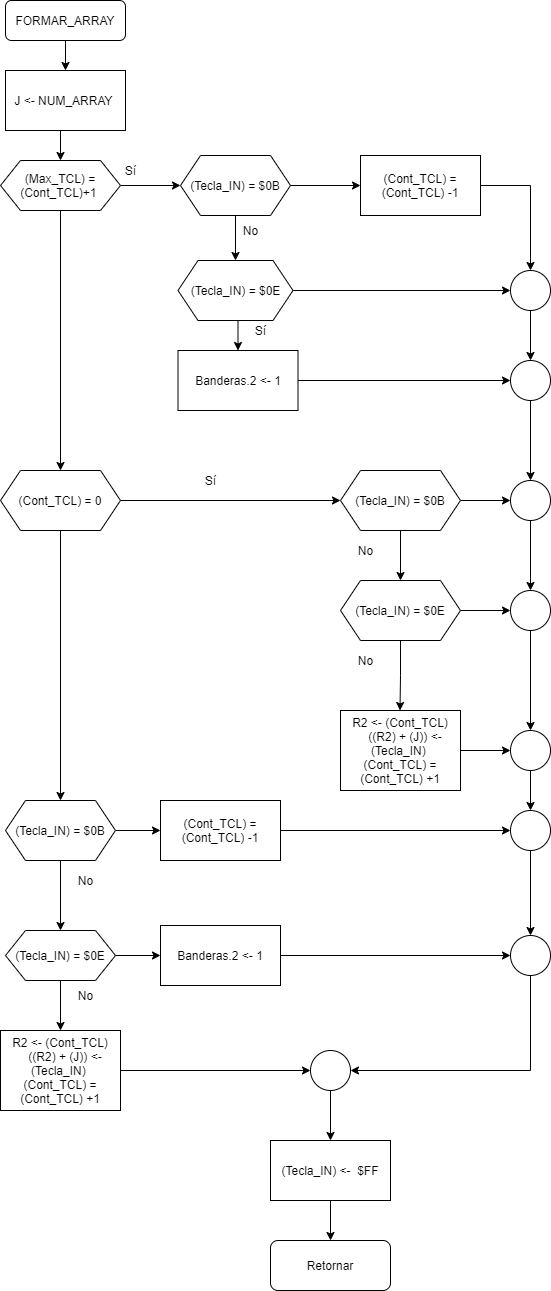
This is Tarea 4/FORMAR_ARRAY.png from robz25/Microprocesadores, a draw.io export, as it was before one commit. Source tidied: cells renumbered, new cells last; positions are measured from the earlier drawing's top-left corner, leaving out a move shared by most shapes.
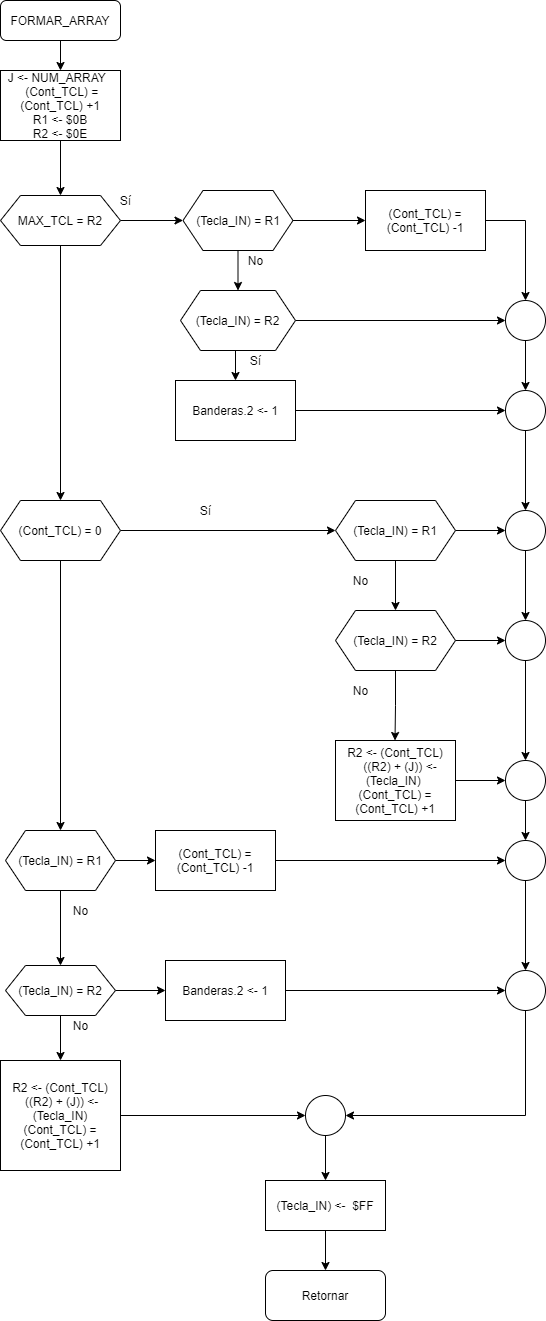
The same diagram one commit later.

The edit, as a diff of the source:
```diff
@@ -6,7 +6,7 @@
       <mxGeometry relative="1" as="geometry" />
     </mxCell>
     <mxCell id="3" value="FORMAR_ARRAY" style="rounded=1;whiteSpace=wrap;html=1;fontSize=12;glass=0;strokeWidth=1;shadow=0;" parent="1" vertex="1">
-      <mxGeometry x="5" width="120" height="40" as="geometry" />
+      <mxGeometry x="5" y="-30" width="120" height="40" as="geometry" />
     </mxCell>
     <mxCell id="4" style="edgeStyle=orthogonalEdgeStyle;rounded=0;jettySize=auto;html=1;entryX=0.5;entryY=0;entryDx=0;entryDy=0;" parent="1" edge="1" source="6" target="9">
       <mxGeometry relative="1" as="geometry" />
@@ -14,8 +14,8 @@
     <mxCell id="5" style="edgeStyle=orthogonalEdgeStyle;rounded=0;jettySize=auto;html=1;exitX=1;exitY=0.5;exitDx=0;exitDy=0;entryX=0;entryY=0.5;entryDx=0;entryDy=0;" parent="1" edge="1" source="6" target="12">
       <mxGeometry relative="1" as="geometry" />
     </mxCell>
-    <mxCell id="6" value="(Max_TCL) = (Cont_TCL)+1&amp;nbsp;" style="shape=hexagon;perimeter=hexagonPerimeter2;whiteSpace=wrap;html=1;fixedSize=1;" parent="1" vertex="1">
-      <mxGeometry y="160" width="120" height="50" as="geometry" />
+    <mxCell id="6" value="MAX_TCL = R2" style="shape=hexagon;perimeter=hexagonPerimeter2;whiteSpace=wrap;html=1;fixedSize=1;" parent="1" vertex="1">
+      <mxGeometry x="5" y="165" width="120" height="50" as="geometry" />
     </mxCell>
     <mxCell id="7" style="edgeStyle=orthogonalEdgeStyle;rounded=0;jettySize=auto;html=1;entryX=0.5;entryY=0;entryDx=0;entryDy=0;" parent="1" edge="1" source="9" target="15">
       <mxGeometry relative="1" as="geometry" />
@@ -24,7 +24,7 @@
       <mxGeometry relative="1" as="geometry" />
     </mxCell>
     <mxCell id="9" value="(Cont_TCL) = 0" style="shape=hexagon;perimeter=hexagonPerimeter2;whiteSpace=wrap;html=1;fixedSize=1;" parent="1" vertex="1">
-      <mxGeometry y="470" width="120" height="60" as="geometry" />
+      <mxGeometry x="5" y="470" width="120" height="60" as="geometry" />
     </mxCell>
     <mxCell id="10" style="edgeStyle=orthogonalEdgeStyle;rounded=0;jettySize=auto;html=1;exitX=0.5;exitY=1;exitDx=0;exitDy=0;entryX=0.5;entryY=0;entryDx=0;entryDy=0;" parent="1" edge="1" source="12" target="41">
       <mxGeometry relative="1" as="geometry" />
@@ -32,8 +32,8 @@
     <mxCell id="11" style="edgeStyle=orthogonalEdgeStyle;rounded=0;jettySize=auto;html=1;exitX=1;exitY=0.5;exitDx=0;exitDy=0;" parent="1" edge="1" source="12" target="46">
       <mxGeometry relative="1" as="geometry" />
     </mxCell>
-    <mxCell id="12" value="(Tecla_IN) = $0B" style="shape=hexagon;perimeter=hexagonPerimeter2;whiteSpace=wrap;html=1;fixedSize=1;" parent="1" vertex="1">
-      <mxGeometry x="180" y="155" width="110" height="60" as="geometry" />
+    <mxCell id="12" value="(Tecla_IN) = R1" style="shape=hexagon;perimeter=hexagonPerimeter2;whiteSpace=wrap;html=1;fixedSize=1;" parent="1" vertex="1">
+      <mxGeometry x="187.5" y="160" width="110" height="60" as="geometry" />
     </mxCell>
     <mxCell id="13" style="edgeStyle=orthogonalEdgeStyle;rounded=0;jettySize=auto;html=1;entryX=0.5;entryY=0;entryDx=0;entryDy=0;" parent="1" edge="1" source="15" target="18">
       <mxGeometry relative="1" as="geometry" />
@@ -41,8 +41,8 @@
     <mxCell id="14" style="edgeStyle=orthogonalEdgeStyle;rounded=0;jettySize=auto;html=1;entryX=0;entryY=0.5;entryDx=0;entryDy=0;" parent="1" edge="1" source="15" target="35">
       <mxGeometry relative="1" as="geometry" />
     </mxCell>
-    <mxCell id="15" value="(Tecla_IN) = $0B" style="shape=hexagon;perimeter=hexagonPerimeter2;whiteSpace=wrap;html=1;fixedSize=1;" parent="1" vertex="1">
-      <mxGeometry x="5" y="800" width="110" height="60" as="geometry" />
+    <mxCell id="15" value="(Tecla_IN) = R1" style="shape=hexagon;perimeter=hexagonPerimeter2;whiteSpace=wrap;html=1;fixedSize=1;" parent="1" vertex="1">
+      <mxGeometry x="10" y="800" width="110" height="60" as="geometry" />
     </mxCell>
     <mxCell id="16" style="edgeStyle=orthogonalEdgeStyle;rounded=0;jettySize=auto;html=1;exitX=0.5;exitY=1;exitDx=0;exitDy=0;entryX=0.5;entryY=0;entryDx=0;entryDy=0;" parent="1" edge="1" source="18" target="20">
       <mxGeometry relative="1" as="geometry" />
@@ -50,20 +50,20 @@
     <mxCell id="17" style="edgeStyle=orthogonalEdgeStyle;rounded=0;jettySize=auto;html=1;exitX=1;exitY=0.5;exitDx=0;exitDy=0;entryX=0;entryY=0.5;entryDx=0;entryDy=0;" parent="1" edge="1" source="18" target="37">
       <mxGeometry relative="1" as="geometry" />
     </mxCell>
-    <mxCell id="18" value="(Tecla_IN) = $0E" style="shape=hexagon;perimeter=hexagonPerimeter2;whiteSpace=wrap;html=1;fixedSize=1;" parent="1" vertex="1">
-      <mxGeometry x="5" y="930" width="110" height="50" as="geometry" />
+    <mxCell id="18" value="(Tecla_IN) = R2" style="shape=hexagon;perimeter=hexagonPerimeter2;whiteSpace=wrap;html=1;fixedSize=1;" parent="1" vertex="1">
+      <mxGeometry x="10" y="935" width="110" height="50" as="geometry" />
     </mxCell>
     <mxCell id="19" style="edgeStyle=orthogonalEdgeStyle;rounded=0;jettySize=auto;html=1;entryX=0;entryY=0.5;entryDx=0;entryDy=0;" parent="1" edge="1" source="20" target="65">
       <mxGeometry relative="1" as="geometry" />
     </mxCell>
-    <mxCell id="20" value="&lt;br&gt;&lt;br&gt;R2 &amp;lt;- (Cont_TCL)&lt;br&gt;&amp;nbsp; &amp;nbsp;((R2) + (J)) &amp;lt;- (Tecla_IN)&amp;nbsp;&lt;br&gt;(Cont_TCL) = (Cont_TCL) +1&lt;br&gt;&lt;br&gt;&amp;nbsp;" style="rounded=0;whiteSpace=wrap;html=1;" parent="1" vertex="1">
-      <mxGeometry y="1030" width="120" height="80" as="geometry" />
+    <mxCell id="20" value="&lt;br&gt;&lt;br&gt;R2 &amp;lt;- (Cont_TCL)&lt;br&gt;&amp;nbsp;((R2) + (J)) &amp;lt;- (Tecla_IN)&lt;br&gt;(Cont_TCL) = (Cont_TCL) +1&lt;br&gt;&lt;br&gt;&amp;nbsp;" style="rounded=0;whiteSpace=wrap;html=1;" parent="1" vertex="1">
+      <mxGeometry x="5" y="1030" width="120" height="110" as="geometry" />
     </mxCell>
     <mxCell id="21" style="edgeStyle=orthogonalEdgeStyle;rounded=0;jettySize=auto;html=1;exitX=0.5;exitY=1;exitDx=0;exitDy=0;entryX=0.5;entryY=0;entryDx=0;entryDy=0;" parent="1" edge="1" source="22" target="6">
       <mxGeometry relative="1" as="geometry" />
     </mxCell>
-    <mxCell id="22" value="J &amp;lt;- NUM_ARRAY&amp;nbsp;" style="rounded=0;whiteSpace=wrap;html=1;" parent="1" vertex="1">
-      <mxGeometry x="5" y="70" width="120" height="60" as="geometry" />
+    <mxCell id="22" value="J &amp;lt;- NUM_ARRAY&amp;nbsp;&amp;nbsp;&lt;br&gt;&amp;nbsp;(Cont_TCL) = (Cont_TCL) +1&lt;br&gt;R1 &amp;lt;- $0B&lt;br&gt;R2 &amp;lt;- $0E" style="rounded=0;whiteSpace=wrap;html=1;" parent="1" vertex="1">
+      <mxGeometry x="5" y="40" width="120" height="70" as="geometry" />
     </mxCell>
     <mxCell id="23" value="No" style="text;html=1;align=center;verticalAlign=middle;" parent="1" vertex="1">
       <mxGeometry x="70" y="985" width="30" height="20" as="geometry" />
@@ -77,7 +77,7 @@
     <mxCell id="26" style="edgeStyle=orthogonalEdgeStyle;rounded=0;jettySize=auto;html=1;exitX=1;exitY=0.5;exitDx=0;exitDy=0;entryX=0;entryY=0.5;entryDx=0;entryDy=0;" parent="1" edge="1" source="27" target="53">
       <mxGeometry relative="1" as="geometry" />
     </mxCell>
-    <mxCell id="27" value="(Tecla_IN) = $0B" style="shape=hexagon;perimeter=hexagonPerimeter2;whiteSpace=wrap;html=1;fixedSize=1;" parent="1" vertex="1">
+    <mxCell id="27" value="(Tecla_IN) = R1" style="shape=hexagon;perimeter=hexagonPerimeter2;whiteSpace=wrap;html=1;fixedSize=1;" parent="1" vertex="1">
       <mxGeometry x="340" y="470" width="120" height="60" as="geometry" />
     </mxCell>
     <mxCell id="28" value="Sí" style="text;html=1;align=center;verticalAlign=middle;" parent="1" vertex="1">
@@ -91,7 +91,7 @@
     <mxCell id="30" style="edgeStyle=orthogonalEdgeStyle;rounded=0;jettySize=auto;html=1;exitX=1;exitY=0.5;exitDx=0;exitDy=0;" parent="1" edge="1" source="31" target="55">
       <mxGeometry relative="1" as="geometry" />
     </mxCell>
-    <mxCell id="31" value="&lt;span&gt;(Tecla_IN) = $0E&lt;/span&gt;" style="shape=hexagon;perimeter=hexagonPerimeter2;whiteSpace=wrap;html=1;fixedSize=1;" parent="1" vertex="1">
+    <mxCell id="31" value="&lt;span&gt;(Tecla_IN) = R2&lt;/span&gt;" style="shape=hexagon;perimeter=hexagonPerimeter2;whiteSpace=wrap;html=1;fixedSize=1;" parent="1" vertex="1">
       <mxGeometry x="340" y="580" width="120" height="60" as="geometry" />
     </mxCell>
     <mxCell id="32" value="No" style="text;html=1;align=center;verticalAlign=middle;" parent="1" vertex="1">
@@ -110,7 +110,7 @@
       <mxGeometry relative="1" as="geometry" />
     </mxCell>
     <mxCell id="37" value="Banderas.2 &amp;lt;- 1" style="rounded=0;whiteSpace=wrap;html=1;" parent="1" vertex="1">
-      <mxGeometry x="160" y="925" width="120" height="60" as="geometry" />
+      <mxGeometry x="170" y="930" width="120" height="60" as="geometry" />
     </mxCell>
     <mxCell id="38" value="Sí" style="text;html=1;align=center;verticalAlign=middle;" parent="1" vertex="1">
       <mxGeometry x="115" y="160" width="30" height="20" as="geometry" />
@@ -121,23 +121,23 @@
     <mxCell id="40" style="edgeStyle=orthogonalEdgeStyle;rounded=0;jettySize=auto;html=1;exitX=1;exitY=0.5;exitDx=0;exitDy=0;entryX=0;entryY=0.5;entryDx=0;entryDy=0;" parent="1" edge="1" source="41" target="48">
       <mxGeometry relative="1" as="geometry" />
     </mxCell>
-    <mxCell id="41" value="(Tecla_IN) = $0E" style="shape=hexagon;perimeter=hexagonPerimeter2;whiteSpace=wrap;html=1;fixedSize=1;" parent="1" vertex="1">
-      <mxGeometry x="177.5" y="260" width="115" height="60" as="geometry" />
+    <mxCell id="41" value="(Tecla_IN) = R2" style="shape=hexagon;perimeter=hexagonPerimeter2;whiteSpace=wrap;html=1;fixedSize=1;" parent="1" vertex="1">
+      <mxGeometry x="185" y="260" width="115" height="60" as="geometry" />
     </mxCell>
     <mxCell id="42" value="No" style="text;html=1;align=center;verticalAlign=middle;" parent="1" vertex="1">
-      <mxGeometry x="235" y="220" width="30" height="20" as="geometry" />
+      <mxGeometry x="245" y="220" width="30" height="20" as="geometry" />
     </mxCell>
     <mxCell id="43" style="edgeStyle=orthogonalEdgeStyle;rounded=0;jettySize=auto;html=1;" parent="1" edge="1" source="44" target="51">
       <mxGeometry relative="1" as="geometry" />
     </mxCell>
     <mxCell id="44" value="Banderas.2 &amp;lt;- 1" style="rounded=0;whiteSpace=wrap;html=1;" parent="1" vertex="1">
-      <mxGeometry x="177.5" y="350" width="120" height="60" as="geometry" />
+      <mxGeometry x="180" y="350" width="120" height="60" as="geometry" />
     </mxCell>
     <mxCell id="45" style="edgeStyle=orthogonalEdgeStyle;rounded=0;jettySize=auto;html=1;entryX=0.5;entryY=0;entryDx=0;entryDy=0;" parent="1" edge="1" source="46" target="48">
       <mxGeometry relative="1" as="geometry" />
     </mxCell>
     <mxCell id="46" value="(Cont_TCL) = (Cont_TCL) -1" style="rounded=0;whiteSpace=wrap;html=1;" parent="1" vertex="1">
-      <mxGeometry x="360" y="155" width="120" height="60" as="geometry" />
+      <mxGeometry x="370" y="160" width="120" height="60" as="geometry" />
     </mxCell>
     <mxCell id="47" style="edgeStyle=orthogonalEdgeStyle;rounded=0;jettySize=auto;html=1;exitX=0.5;exitY=1;exitDx=0;exitDy=0;entryX=0.5;entryY=0;entryDx=0;entryDy=0;" parent="1" edge="1" source="48" target="51">
       <mxGeometry relative="1" as="geometry" />
@@ -188,19 +188,19 @@
       <mxGeometry relative="1" as="geometry" />
     </mxCell>
     <mxCell id="63" style="ellipse;whiteSpace=wrap;html=1;" parent="1" vertex="1">
-      <mxGeometry x="510" y="935" width="40" height="40" as="geometry" />
+      <mxGeometry x="510" y="940" width="40" height="40" as="geometry" />
     </mxCell>
     <mxCell id="64" style="edgeStyle=orthogonalEdgeStyle;rounded=0;jettySize=auto;html=1;exitX=0.5;exitY=1;exitDx=0;exitDy=0;entryX=0.5;entryY=0;entryDx=0;entryDy=0;" parent="1" edge="1" source="65" target="67">
       <mxGeometry relative="1" as="geometry" />
     </mxCell>
     <mxCell id="65" style="ellipse;whiteSpace=wrap;html=1;" parent="1" vertex="1">
-      <mxGeometry x="310" y="1050" width="40" height="40" as="geometry" />
+      <mxGeometry x="310" y="1065" width="40" height="40" as="geometry" />
     </mxCell>
     <mxCell id="66" style="edgeStyle=orthogonalEdgeStyle;rounded=0;jettySize=auto;html=1;exitX=0.5;exitY=1;exitDx=0;exitDy=0;entryX=0.5;entryY=0;entryDx=0;entryDy=0;" parent="1" edge="1" source="67" target="68">
       <mxGeometry relative="1" as="geometry" />
     </mxCell>
     <mxCell id="67" value="(Tecla_IN) &amp;lt;-&amp;nbsp; $FF" style="rounded=0;whiteSpace=wrap;html=1;" parent="1" vertex="1">
-      <mxGeometry x="270" y="1140" width="120" height="60" as="geometry" />
+      <mxGeometry x="270" y="1150" width="120" height="50" as="geometry" />
     </mxCell>
     <mxCell id="68" value="Retornar" style="rounded=1;whiteSpace=wrap;html=1;" parent="1" vertex="1">
       <mxGeometry x="270" y="1240" width="120" height="50" as="geometry" />
```
